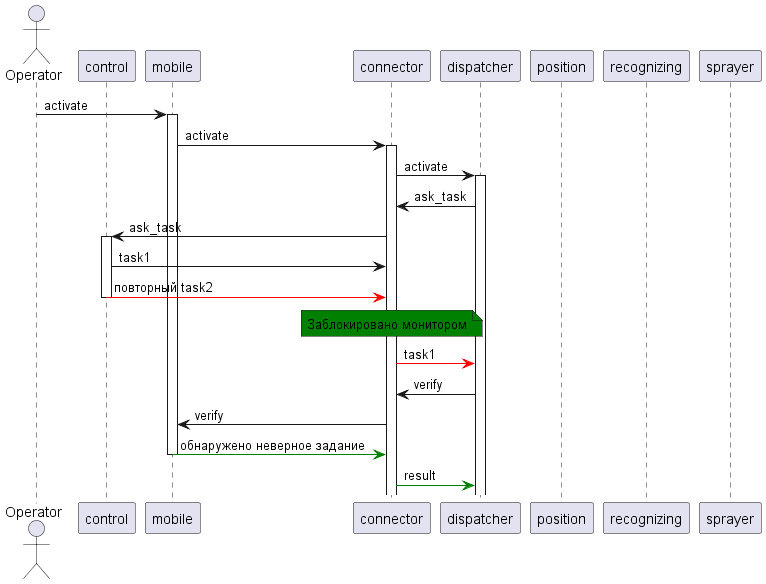
Earlier version of the PlantUML export pics/sd_2.png (sergey-sobolev/cyberimmune-systems-case-study-drone).
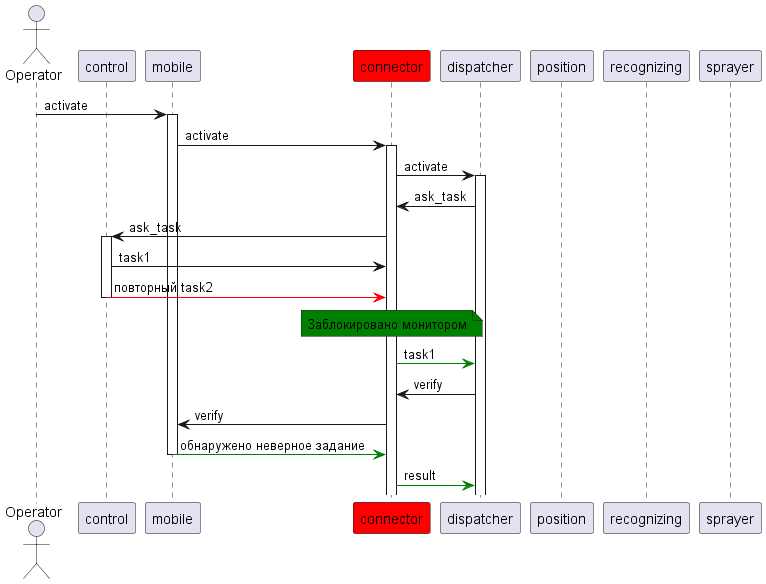
Above is the later version.

Change to the diagram source:
```diff
@@ -2,7 +2,7 @@
 actor "Operator" as c
 participant control
 participant mobile
-participant connector
+participant connector #red
 participant dispatcher
 participant position
 participant recognizing
@@ -21,7 +21,7 @@
 note over connector #green
 Заблокировано монитором
 end note
-connector -[#red]> dispatcher: task1
+connector -[#green]> dispatcher: task1
 
 dispatcher -> connector: verify
 connector -> mobile: verify
```
